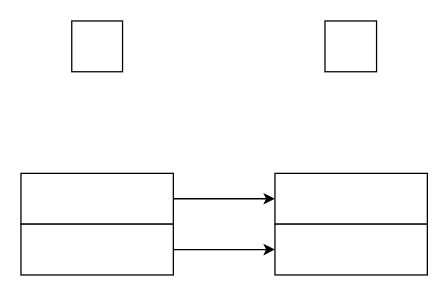
Earlier version of the draw.io diagram TC2LINK/SendReceiveReply_Get.drawio (BEYHHH/SBLP). Source tidied: cells renumbered, new cells numbered last; positions are measured from the earlier drawing's top-left corner, leaving out a move shared by most shapes. Both pictures are drawn from the tidied source at 127%, with x=0, y=0 at pixel (20, 20).
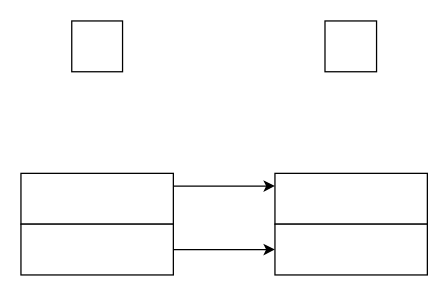
After the change.

Diff of the diagram source:
```diff
@@
 <mxGraphModel>
   <root>
     <mxCell id="0" />
     <mxCell id="1" parent="0" />
     <mxCell id="2" style="rounded=0;whiteSpace=wrap;html=1;" parent="1" vertex="1">
       <mxGeometry x="200" y="120" width="120" height="40" as="geometry" />
     </mxCell>
     <mxCell id="3" style="rounded=0;whiteSpace=wrap;html=1;" parent="1" vertex="1">
       <mxGeometry x="200" y="160" width="120" height="40" as="geometry" />
     </mxCell>
     <mxCell id="4" style="rounded=0;whiteSpace=wrap;html=1;" parent="1" vertex="1">
       <mxGeometry y="120" width="120" height="40" as="geometry" />
     </mxCell>
     <mxCell id="5" style="rounded=0;whiteSpace=wrap;html=1;" parent="1" vertex="1">
       <mxGeometry y="160" width="120" height="40" as="geometry" />
     </mxCell>
     <mxCell id="6" style="rounded=0;whiteSpace=wrap;html=1;" parent="1" vertex="1">
       <mxGeometry x="40" width="40" height="40" as="geometry" />
     </mxCell>
     <mxCell id="7" style="rounded=0;whiteSpace=wrap;html=1;" parent="1" vertex="1">
       <mxGeometry x="239.4" width="40.6" height="40" as="geometry" />
     </mxCell>
-    <mxCell id="8" style="endArrow=classic;html=1;rounded=0;entryX=0;entryY=0.5;entryDx=0;entryDy=0;" parent="1" edge="1" source="4" target="2">
+    <mxCell id="8" style="endArrow=classic;html=1;rounded=0;entryX=0;entryY=0.25;entryDx=0;entryDy=0;exitX=1;exitY=0.25;exitDx=0;exitDy=0;" parent="1" edge="1" source="4" target="2">
       <mxGeometry relative="1" as="geometry" />
     </mxCell>
     <mxCell id="9" style="endArrow=classic;html=1;rounded=0;entryX=0;entryY=0.5;entryDx=0;entryDy=0;exitX=1;exitY=0.5;exitDx=0;exitDy=0;" parent="1" edge="1" source="5" target="3">
       <mxGeometry relative="1" as="geometry" />
     </mxCell>
   </root>
 </mxGraphModel>
```
